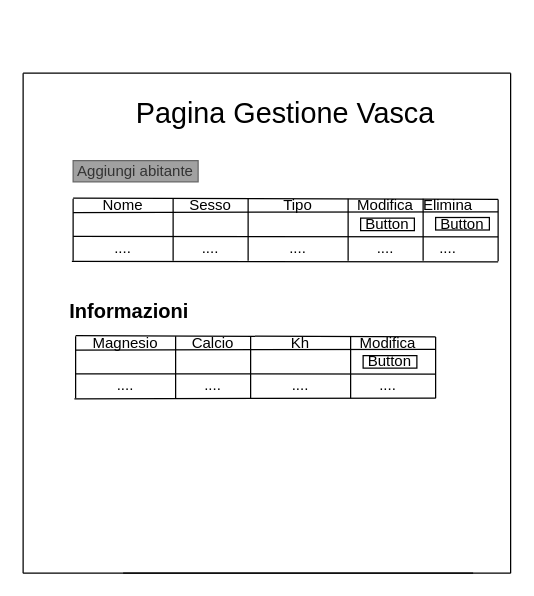
Earlier version of the draw.io diagram Progettazione/Pagine/PaginaGestioneVasca.drawio (mattiaruberto/GestioneAcquariMarini). Source tidied: cells renumbered, new cells numbered last; positions are measured from the earlier drawing's top-left corner, leaving out a move shared by most shapes. Both pictures are drawn from the tidied source at 125%, with x=0, y=0 at pixel (22, 72).
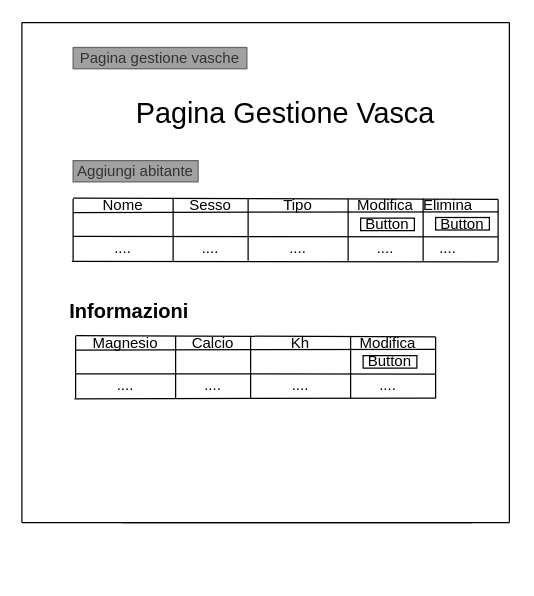
Above is the later version.

Change to the diagram source:
```diff
@@
     <mxCell id="3" style="endArrow=none;html=1;" parent="1" edge="1">
       <mxGeometry relative="1" as="geometry">
-        <mxPoint as="sourcePoint" />
-        <mxPoint x="390" as="targetPoint" />
+        <mxPoint x="-1" y="-40.5" as="sourcePoint" />
+        <mxPoint x="389" y="-40.5" as="targetPoint" />
       </mxGeometry>
     </mxCell>
     <mxCell id="4" style="endArrow=none;html=1;" parent="1" edge="1">
       <mxGeometry relative="1" as="geometry">
-        <mxPoint y="400" as="sourcePoint" />
-        <mxPoint x="360" y="400" as="targetPoint" />
+        <mxPoint x="-1" y="359.5" as="sourcePoint" />
+        <mxPoint x="359" y="359.5" as="targetPoint" />
       </mxGeometry>
     </mxCell>
     <mxCell id="5" style="endArrow=none;html=1;" parent="1" edge="1">
       <mxGeometry relative="1" as="geometry">
-        <mxPoint y="400" as="sourcePoint" />
-        <mxPoint as="targetPoint" />
+        <mxPoint x="-1" y="359.5" as="sourcePoint" />
+        <mxPoint x="-1" y="-40.5" as="targetPoint" />
       </mxGeometry>
     </mxCell>
     <mxCell id="6" style="endArrow=none;html=1;" parent="1" edge="1">
       <mxGeometry relative="1" as="geometry">
-        <mxPoint x="390" y="400" as="sourcePoint" />
-        <mxPoint x="390" as="targetPoint" />
+        <mxPoint x="389" y="359.5" as="sourcePoint" />
+        <mxPoint x="389" y="-40.5" as="targetPoint" />
       </mxGeometry>
     </mxCell>
@@
     <mxCell id="18" style="endArrow=none;html=1;" parent="1" edge="1">
       <mxGeometry relative="1" as="geometry">
-        <mxPoint x="80" y="400" as="sourcePoint" />
-        <mxPoint x="390" y="400" as="targetPoint" />
+        <mxPoint x="79" y="359.5" as="sourcePoint" />
+        <mxPoint x="389" y="359.5" as="targetPoint" />
       </mxGeometry>
     </mxCell>
@@
+    <mxCell id="50" value="Pagina gestione vasche" style="text;html=1;strokeColor=#666666;fillColor=#A1A1A1;align=center;verticalAlign=middle;whiteSpace=wrap;rounded=0;fontColor=#333333;" parent="1" vertex="1">
+      <mxGeometry x="40" y="-20.5" width="139" height="17" as="geometry" />
+    </mxCell>
```
